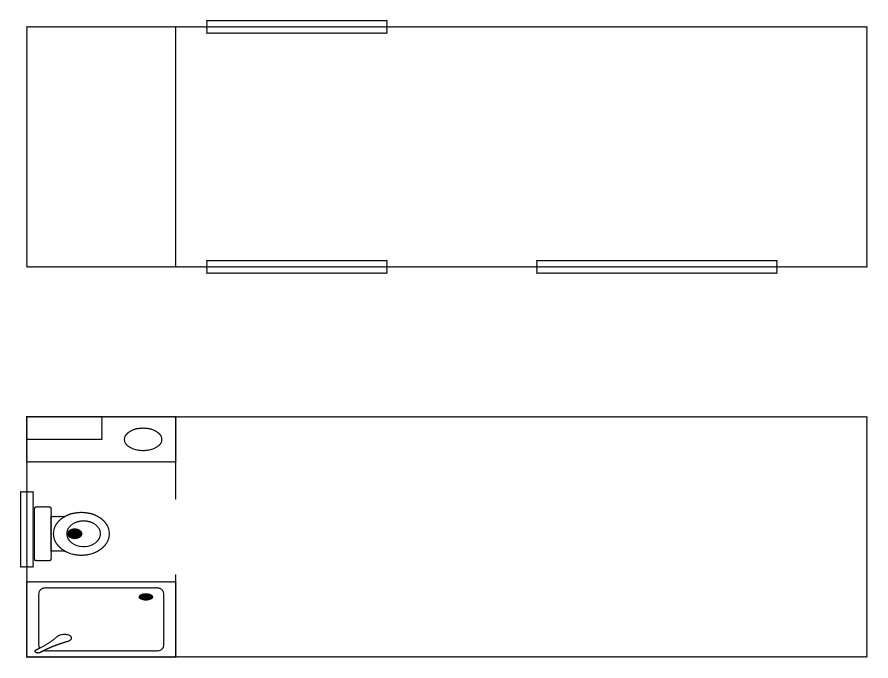
Earlier version of the draw.io diagram Janacek Floorplan.drawio (ghthompson/Group-Project-for-Visual-Basic). Source tidied: cells renumbered, new cells numbered last; positions are measured from the earlier drawing's top-left corner, leaving out a move shared by most shapes. Both pictures are drawn from the tidied source at 125%, with x=0, y=0 at pixel (16, 20).
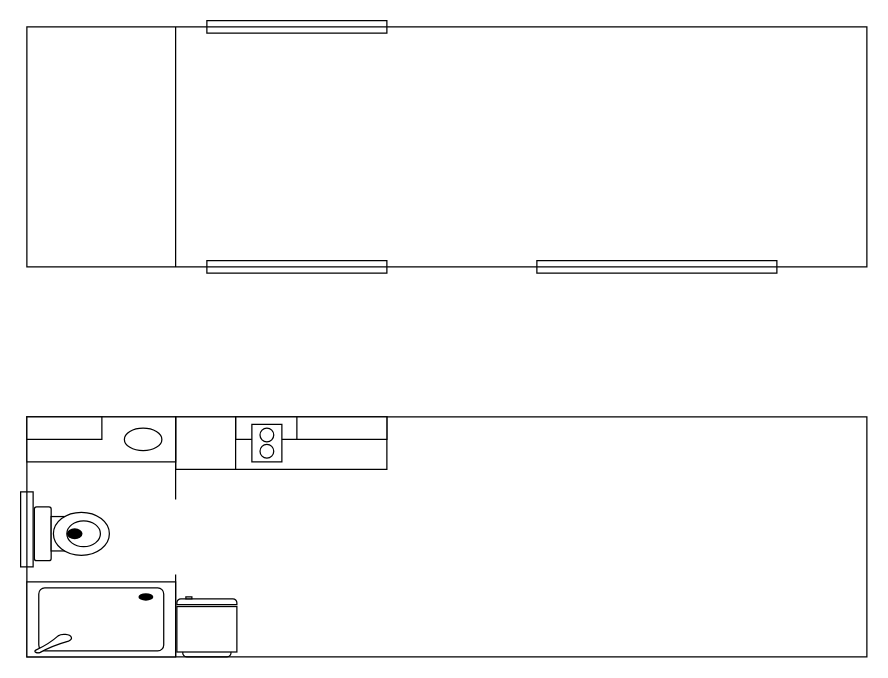
The same diagram, later.

Diff of the diagram source:
```diff
@@
+    <mxCell id="3" style="rounded=0;whiteSpace=wrap;html=1;" parent="1" vertex="1">
+      <mxGeometry x="8" y="317" width="672" height="192" as="geometry" />
+    </mxCell>
+    <mxCell id="17" style="rounded=0;whiteSpace=wrap;html=1;strokeWidth=1;" parent="1" vertex="1">
+      <mxGeometry x="127" y="317" width="169" height="42" as="geometry" />
+    </mxCell>
+    <mxCell id="18" style="rounded=0;whiteSpace=wrap;html=1;strokeWidth=1;" parent="1" vertex="1">
+      <mxGeometry x="175" y="317" width="121" height="18" as="geometry" />
+    </mxCell>
@@
-    <mxCell id="3" style="rounded=0;whiteSpace=wrap;html=1;" parent="1" vertex="1">
-      <mxGeometry x="8" y="317" width="672" height="192" as="geometry" />
-    </mxCell>
@@
+    <mxCell id="19" style="line;strokeWidth=1;direction=south;html=1;" parent="1" vertex="1">
+      <mxGeometry x="170" y="317" width="10" height="42" as="geometry" />
+    </mxCell>
+    <mxCell id="20" style="rounded=0;whiteSpace=wrap;html=1;strokeWidth=1;" parent="1" vertex="1">
+      <mxGeometry x="188" y="323" width="24" height="30" as="geometry" />
+    </mxCell>
+    <mxCell id="21" style="ellipse;whiteSpace=wrap;html=1;strokeWidth=1;" parent="1" vertex="1">
+      <mxGeometry x="194.5" y="326" width="11" height="11" as="geometry" />
+    </mxCell>
+    <mxCell id="22" style="ellipse;whiteSpace=wrap;html=1;strokeWidth=1;" parent="1" vertex="1">
+      <mxGeometry x="194.5" y="339" width="11" height="11" as="geometry" />
+    </mxCell>
+    <mxCell id="23" style="line;strokeWidth=1;direction=south;html=1;" parent="1" vertex="1">
+      <mxGeometry x="219" y="317" width="10" height="18" as="geometry" />
+    </mxCell>
+    <mxCell id="24" style="verticalLabelPosition=bottom;html=1;verticalAlign=top;align=center;shape=mxgraph.floorplan.refrigerator;strokeWidth=1;direction=west;" parent="1" vertex="1">
+      <mxGeometry x="128" y="461" width="48" height="48" as="geometry" />
+    </mxCell>
```
